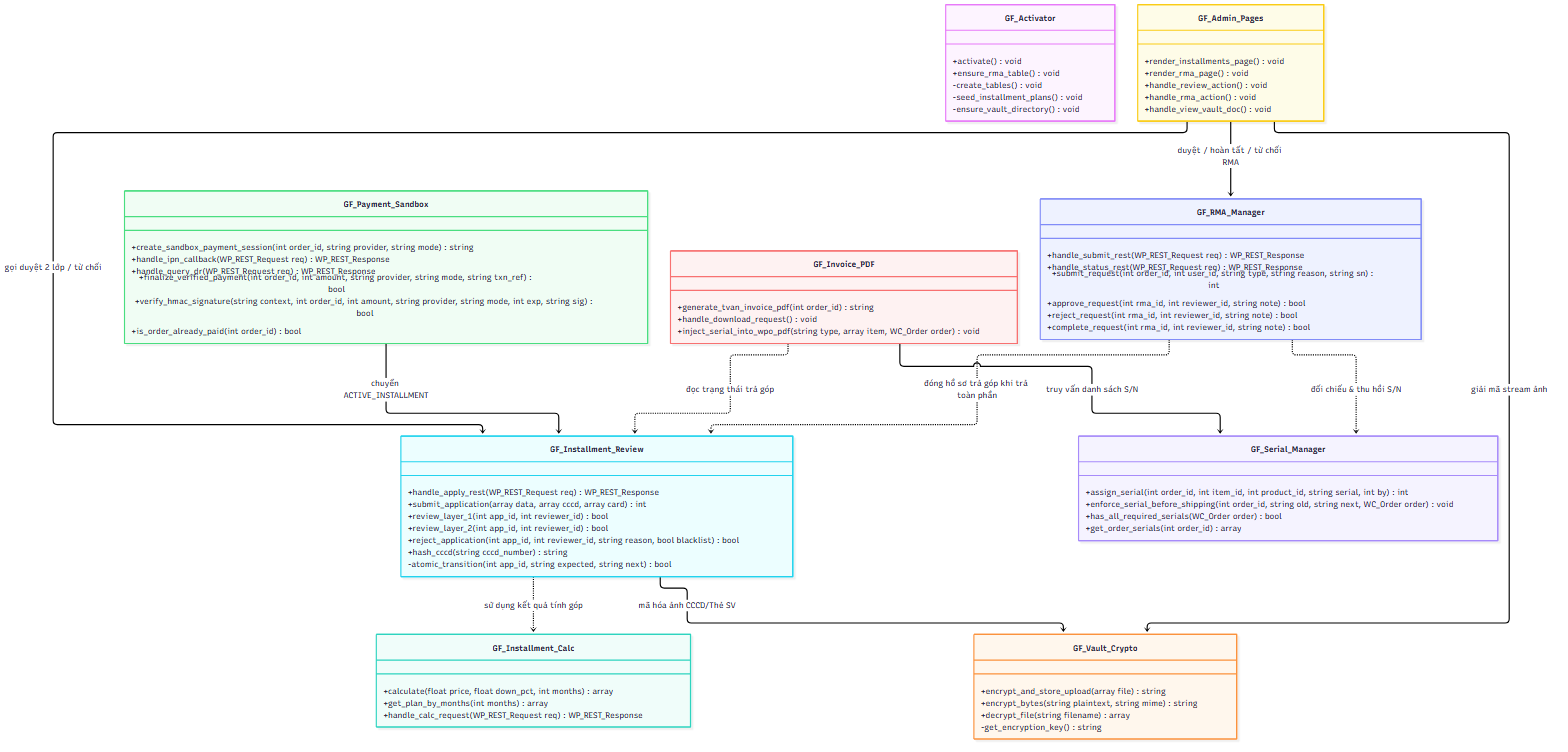
The Mermaid diagram 2. Quy ước và Sơ đồ UML/role4_diagrams/ClassDiagram_Backend_Role4.png in nguyenthanhtri5h-bot/EC312-GearForge-HeThongTMDT, before a commit. Its source is kept beside it as 2. Quy ước và Sơ đồ UML/role4_diagrams/ClassDiagram_Backend_Role4.mmd.
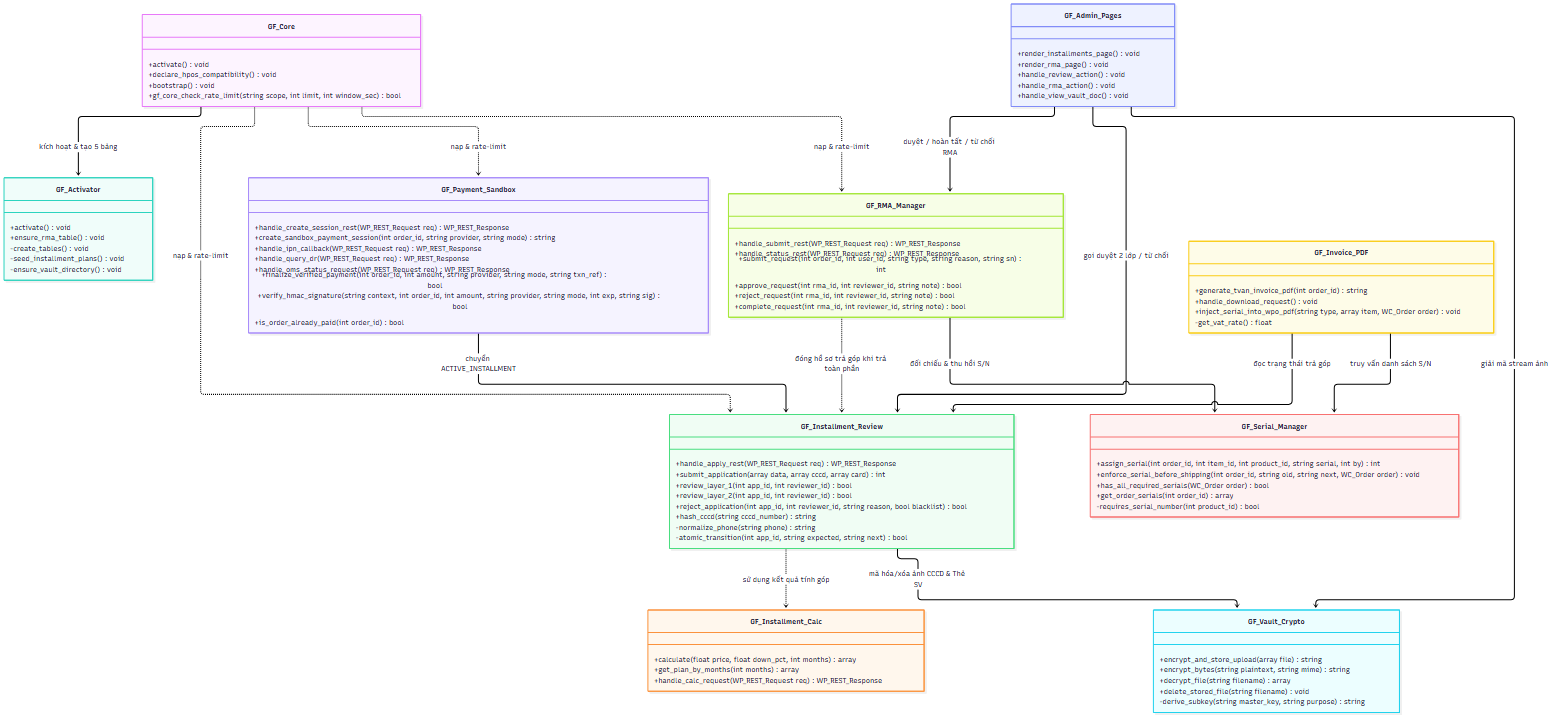
Later version of the same file.

Diff of the diagram source:
```diff
@@ -1,4 +1,11 @@
 classDiagram
+    class GF_Core {
+        +activate() void
+        +declare_hpos_compatibility() void
+        +bootstrap() void
+        +gf_core_check_rate_limit(string scope, int limit, int window_sec) bool
+    }
+
     class GF_Activator {
         +activate() void
         +ensure_rma_table() void
@@ -17,7 +24,8 @@
         +encrypt_and_store_upload(array file) string
         +encrypt_bytes(string plaintext, string mime) string
         +decrypt_file(string filename) array
-        -get_encryption_key() string
+        +delete_stored_file(string filename) void
+        -derive_subkey(string master_key, string purpose) string
     }
 
     class GF_Installment_Review {
@@ -27,13 +35,16 @@
         +review_layer_2(int app_id, int reviewer_id) bool
         +reject_application(int app_id, int reviewer_id, string reason, bool blacklist) bool
         +hash_cccd(string cccd_number) string
+        -normalize_phone(string phone) string
         -atomic_transition(int app_id, string expected, string next) bool
     }
 
     class GF_Payment_Sandbox {
+        +handle_create_session_rest(WP_REST_Request req) WP_REST_Response
         +create_sandbox_payment_session(int order_id, string provider, string mode) string
         +handle_ipn_callback(WP_REST_Request req) WP_REST_Response
         +handle_query_dr(WP_REST_Request req) WP_REST_Response
+        +handle_oms_status_request(WP_REST_Request req) WP_REST_Response
         +finalize_verified_payment(int order_id, int amount, string provider, string mode, string txn_ref) bool
         +verify_hmac_signature(string context, int order_id, int amount, string provider, string mode, int exp, string sig) bool
         +is_order_already_paid(int order_id) bool
@@ -44,12 +55,14 @@
         +enforce_serial_before_shipping(int order_id, string old, string next, WC_Order order) void
         +has_all_required_serials(WC_Order order) bool
         +get_order_serials(int order_id) array
+        -requires_serial_number(int product_id) bool
     }
 
     class GF_Invoice_PDF {
         +generate_tvan_invoice_pdf(int order_id) string
         +handle_download_request() void
         +inject_serial_into_wpo_pdf(string type, array item, WC_Order order) void
+        -get_vat_rate() float
     }
 
     class GF_Admin_Pages {
@@ -69,7 +82,11 @@
         +complete_request(int rma_id, int reviewer_id, string note) bool
     }
 
-    GF_Installment_Review --> GF_Vault_Crypto : mã hóa ảnh CCCD/Thẻ SV
+    GF_Core --> GF_Activator : kích hoạt & tạo 5 bảng
+    GF_Core ..> GF_Installment_Review : nạp & rate-limit
+    GF_Core ..> GF_Payment_Sandbox : nạp & rate-limit
+    GF_Core ..> GF_RMA_Manager : nạp & rate-limit
+    GF_Installment_Review --> GF_Vault_Crypto : mã hóa/xóa ảnh CCCD & Thẻ SV
     GF_Installment_Review ..> GF_Installment_Calc : sử dụng kết quả tính góp
     GF_Payment_Sandbox --> GF_Installment_Review : chuyển ACTIVE_INSTALLMENT
     GF_Invoice_PDF --> GF_Serial_Manager : truy vấn danh sách S/N
```
